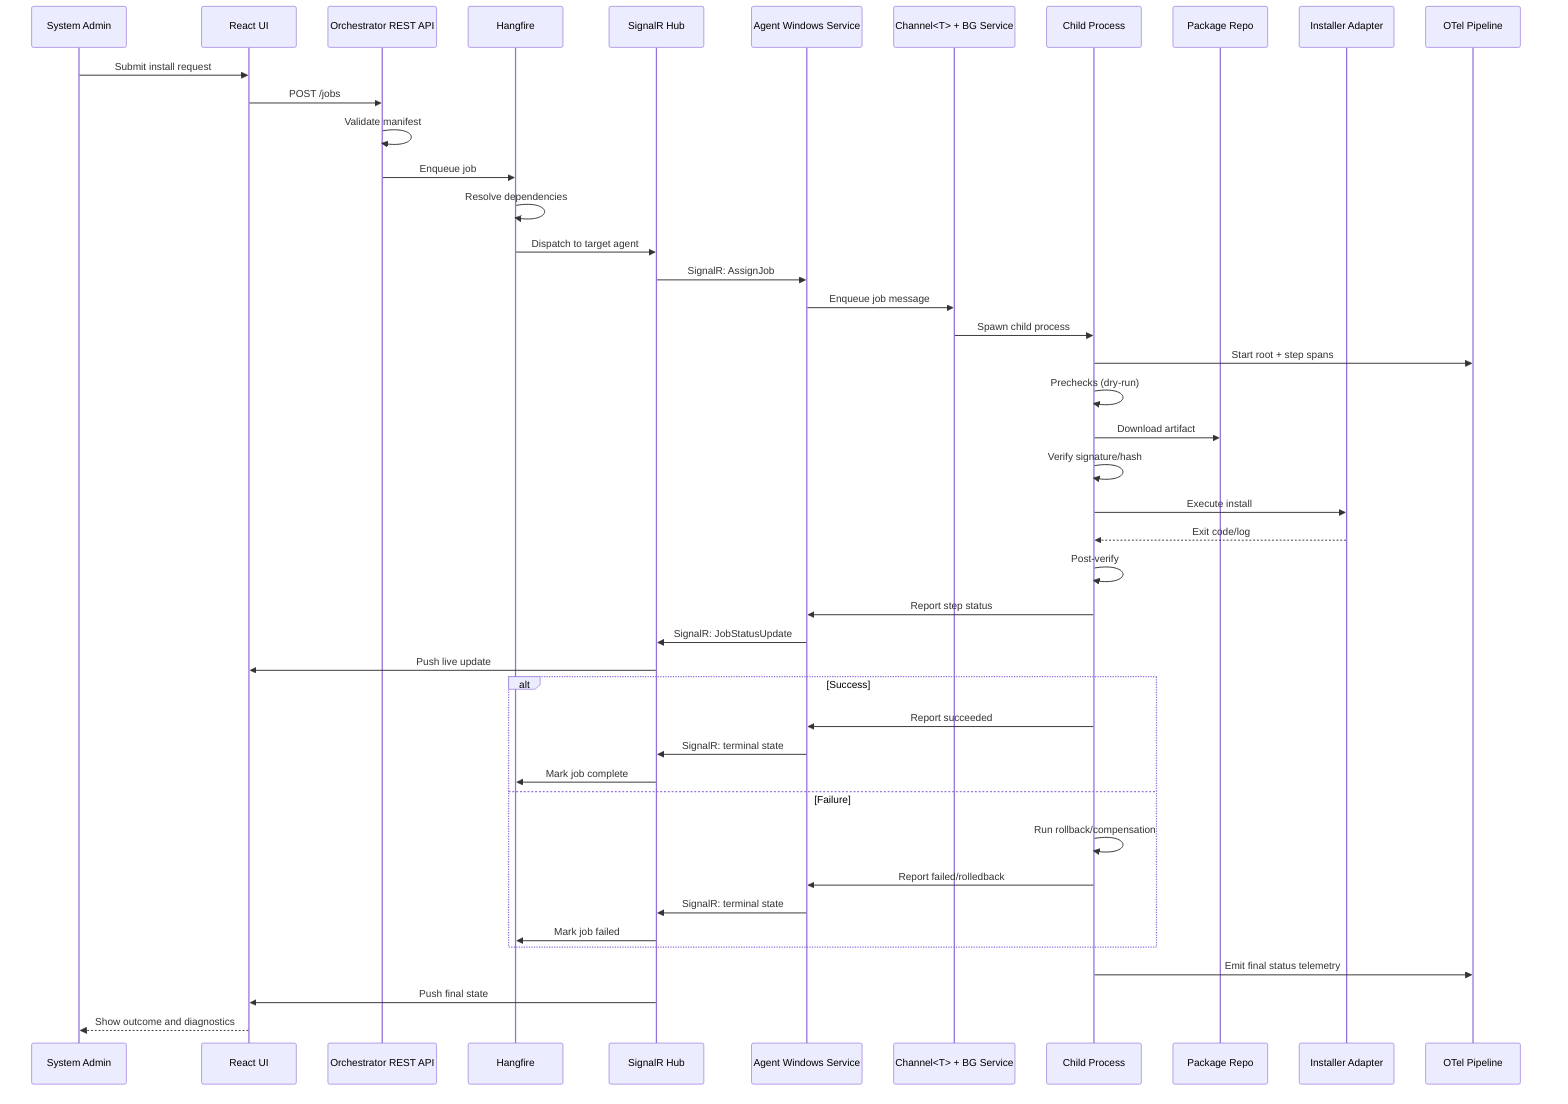
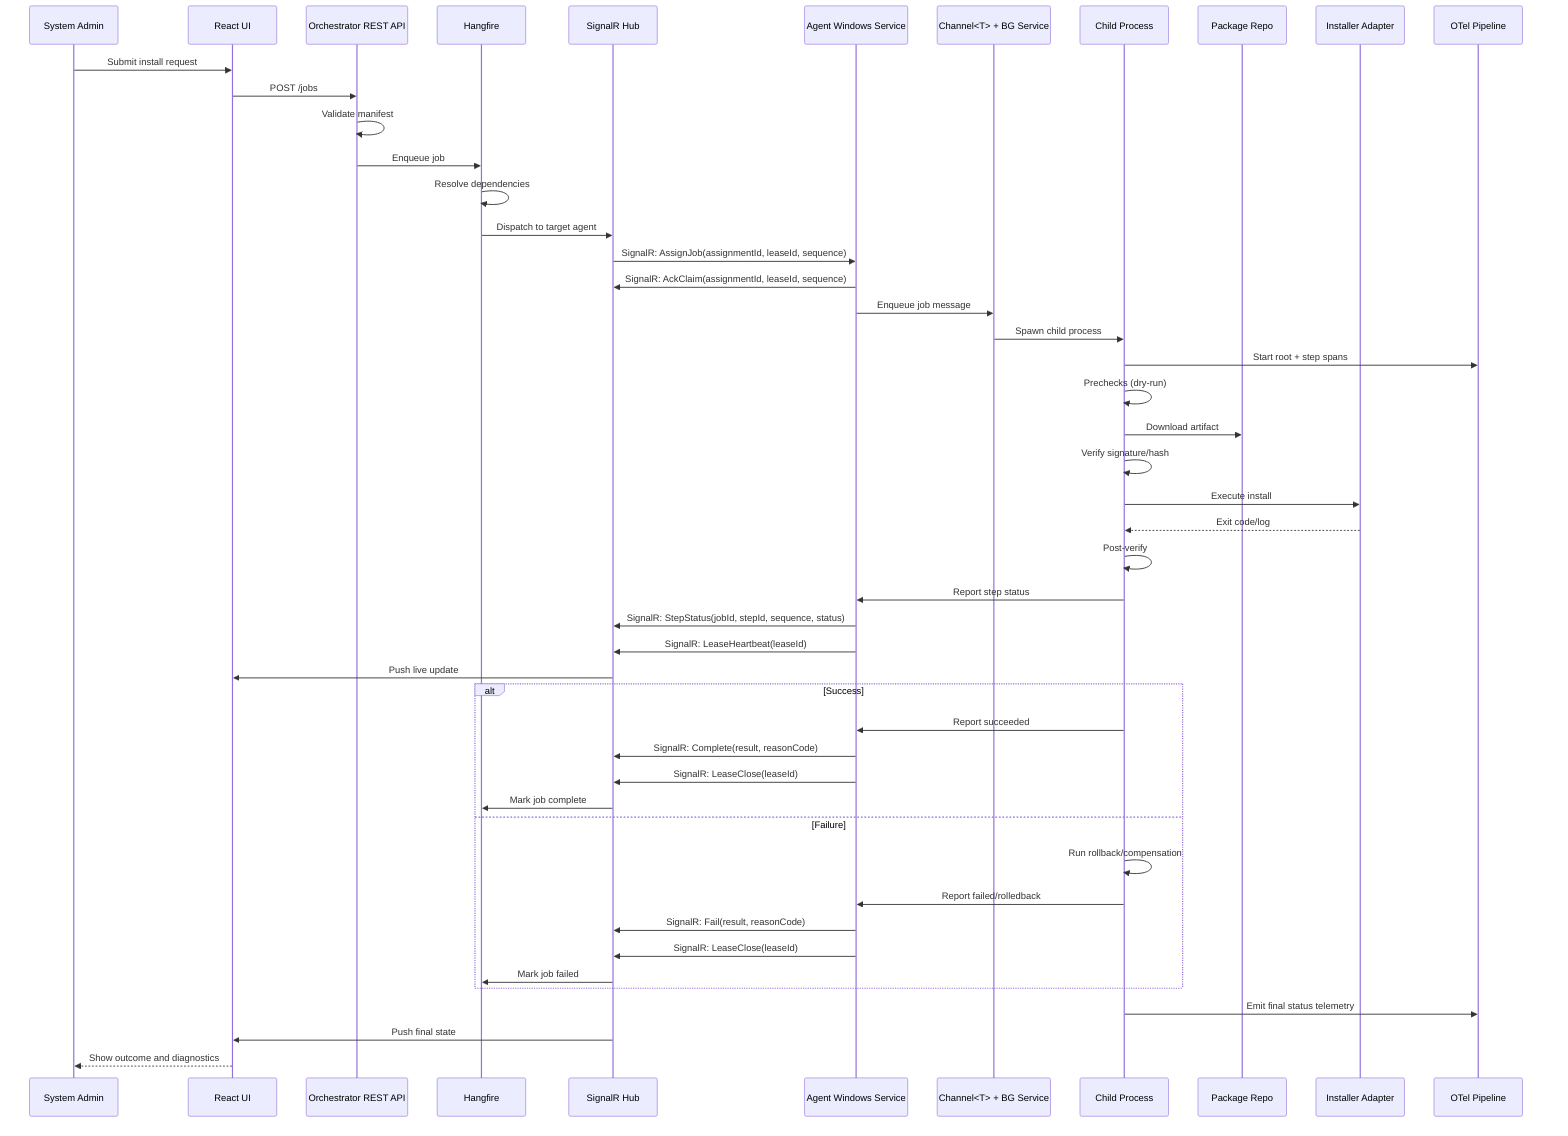
sequenceDiagram
    participant Admin as System Admin
    participant UI as React UI
    participant API as Orchestrator REST API
    participant HF as Hangfire
    participant Hub as SignalR Hub
    participant Agent as Agent Windows Service
    participant Ch as Channel<T> + BG Service
    participant Child as Child Process
    participant Repo as Package Repo
    participant Installer as Installer Adapter
    participant Obs as OTel Pipeline

    Admin->>UI: Submit install request
    UI->>API: POST /jobs
    API->>API: Validate manifest
    API->>HF: Enqueue job
    HF->>HF: Resolve dependencies
    HF->>Hub: Dispatch to target agent
-     Hub->>Agent: SignalR: AssignJob
+     Hub->>Agent: SignalR: AssignJob(assignmentId, leaseId, sequence)
+     Agent->>Hub: SignalR: AckClaim(assignmentId, leaseId, sequence)
    Agent->>Ch: Enqueue job message
    Ch->>Child: Spawn child process

    Child->>Obs: Start root + step spans
    Child->>Child: Prechecks (dry-run)
    Child->>Repo: Download artifact
    Child->>Child: Verify signature/hash
    Child->>Installer: Execute install
    Installer-->>Child: Exit code/log
    Child->>Child: Post-verify

    Child->>Agent: Report step status
-     Agent->>Hub: SignalR: JobStatusUpdate
+     Agent->>Hub: SignalR: StepStatus(jobId, stepId, sequence, status)
+     Agent->>Hub: SignalR: LeaseHeartbeat(leaseId)
    Hub->>UI: Push live update

    alt Success
        Child->>Agent: Report succeeded
-         Agent->>Hub: SignalR: terminal state
+         Agent->>Hub: SignalR: Complete(result, reasonCode)
+         Agent->>Hub: SignalR: LeaseClose(leaseId)
        Hub->>HF: Mark job complete
    else Failure
        Child->>Child: Run rollback/compensation
        Child->>Agent: Report failed/rolledback
-         Agent->>Hub: SignalR: terminal state
+         Agent->>Hub: SignalR: Fail(result, reasonCode)
+         Agent->>Hub: SignalR: LeaseClose(leaseId)
        Hub->>HF: Mark job failed
    end

    Child->>Obs: Emit final status telemetry
    Hub->>UI: Push final state
    UI-->>Admin: Show outcome and diagnostics
